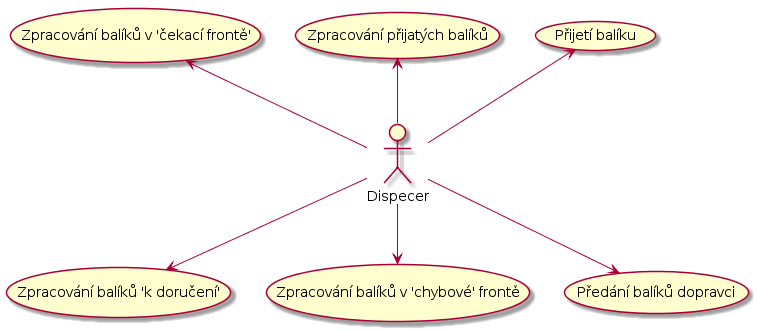
Internet-Handel/postman keeps this PlantUML diagram as docs/diagrams/out/ucs-dispecer.png. Above is the earlier version.
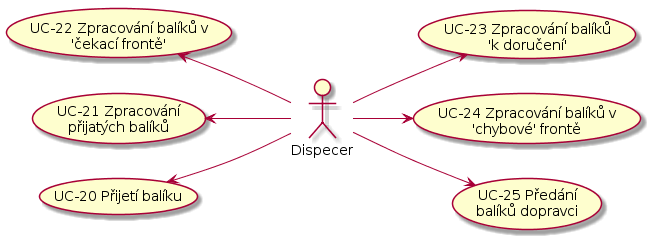
After the change.

Diff of the diagram source:
```diff
@@ -1,17 +1,19 @@
 @startuml
+left to right direction
+
 actor :Dispecer: as dispecer
 
-(Přijetí balíku) as (accept_packages)
-(Zpracování přijatých balíků) as (dispatch_packages)
-(Zpracování balíků v 'čekací frontě') as (waiting_packages)
-(Zpracování balíků 'k doručení') as (todelivery_packages)
-(Zpracování balíků v 'chybové' frontě) as (error_packages)
-(Předání balíků dopravci) as (send_packages)
+(UC-20 Přijetí balíku) as (UC-20)
+(UC-21 Zpracování\npřijatých balíků) as (UC-21)
+(UC-22 Zpracování balíků v\n'čekací frontě') as (UC-22)
+(UC-23 Zpracování balíků\n'k doručení') as (UC-23)
+(UC-24 Zpracování balíků v\n'chybové' frontě) as (UC-24)
+(UC-25 Předání\nbalíků dopravci) as (UC-25)
 
-dispecer -up-> (accept_packages)
-dispecer -up-> (dispatch_packages)
-dispecer -up-> (waiting_packages)
-dispecer --> (todelivery_packages)
-dispecer --> (error_packages)
-dispecer --> (send_packages)
+dispecer -up-> (UC-20)
+dispecer -up-> (UC-21)
+dispecer -up-> (UC-22)
+dispecer --> (UC-23)
+dispecer --> (UC-24)
+dispecer --> (UC-25)
 @enduml
```
